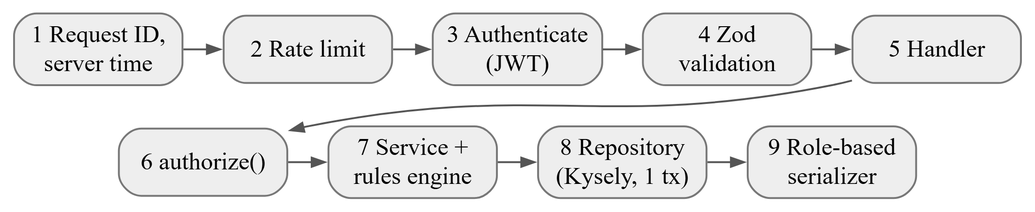
Earlier version of the Graphviz export docs/report/diagrams/pipeline.png (keeratpunia/HAVEN). Its source is kept beside it as docs/report/diagrams/pipeline.dot. Its diagram source:
```dot
digraph pipeline {
  graph [rankdir=TB, newrank=true, nodesep=0.3, ranksep=0.3, pad=0.1];
  node  [shape=box, style="filled,rounded", fillcolor="#eeeeee", color="#777777", fontname="Times New Roman", fontsize=13, margin="0.1,0.05", width=1.25];
  edge  [color="#555555", arrowsize=0.7];
  a [label="1 Request ID,\nserver time"]; b [label="2 Rate limit"]; c [label="3 Authenticate\n(JWT)"]; d [label="4 Zod\nvalidation"]; e [label="5 Handler"];
  f [label="6 authorize()"]; g [label="7 Service +\nrules engine"]; h [label="8 Repository\n(Kysely, 1 tx)"]; i [label="9 Role-based\nserializer"];
  {rank=same; a; b; c; d; e}
  {rank=same; f; g; h; i}
  a -> b -> c -> d -> e;
  e -> f;
  f -> g -> h -> i;
  a -> i [style=invis];
}
```
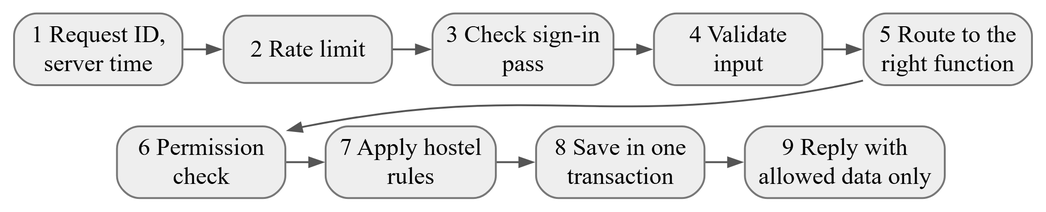
After the change.

Change to the diagram source:
```diff
@@ -2,8 +2,8 @@
   graph [rankdir=TB, newrank=true, nodesep=0.3, ranksep=0.3, pad=0.1];
   node  [shape=box, style="filled,rounded", fillcolor="#eeeeee", color="#777777", fontname="Times New Roman", fontsize=13, margin="0.1,0.05", width=1.25];
   edge  [color="#555555", arrowsize=0.7];
-  a [label="1 Request ID,\nserver time"]; b [label="2 Rate limit"]; c [label="3 Authenticate\n(JWT)"]; d [label="4 Zod\nvalidation"]; e [label="5 Handler"];
-  f [label="6 authorize()"]; g [label="7 Service +\nrules engine"]; h [label="8 Repository\n(Kysely, 1 tx)"]; i [label="9 Role-based\nserializer"];
+  a [label="1 Request ID,\nserver time"]; b [label="2 Rate limit"]; c [label="3 Check sign-in\npass"]; d [label="4 Validate\ninput"]; e [label="5 Route to the\nright function"];
+  f [label="6 Permission\ncheck"]; g [label="7 Apply hostel\nrules"]; h [label="8 Save in one\ntransaction"]; i [label="9 Reply with\nallowed data only"];
   {rank=same; a; b; c; d; e}
   {rank=same; f; g; h; i}
   a -> b -> c -> d -> e;
```
